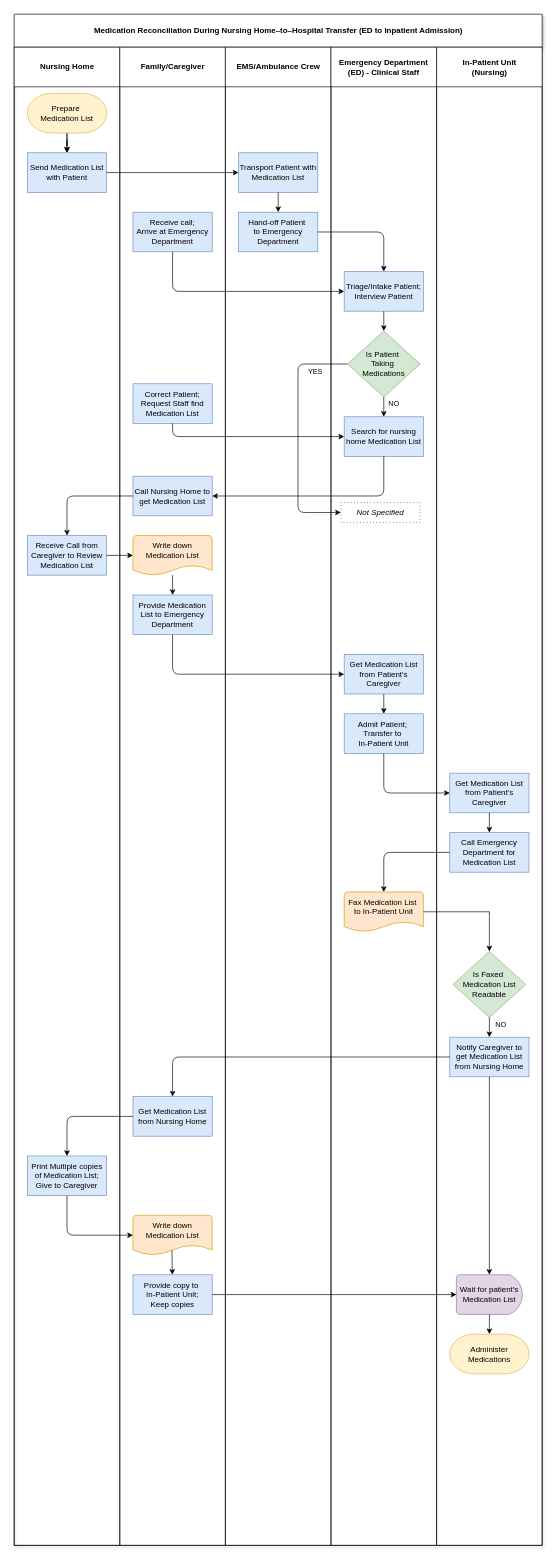
This is Process Chart.drawio from melmirasol/Case-Problem-6.2, a draw.io file, before an edit. Source tidied: cells renumbered, new cells numbered last; positions are measured from the earlier drawing's top-left corner, leaving out a move shared by most shapes. Both pictures are drawn from the tidied source at 66%, with x=0, y=0 at pixel (14, 14).
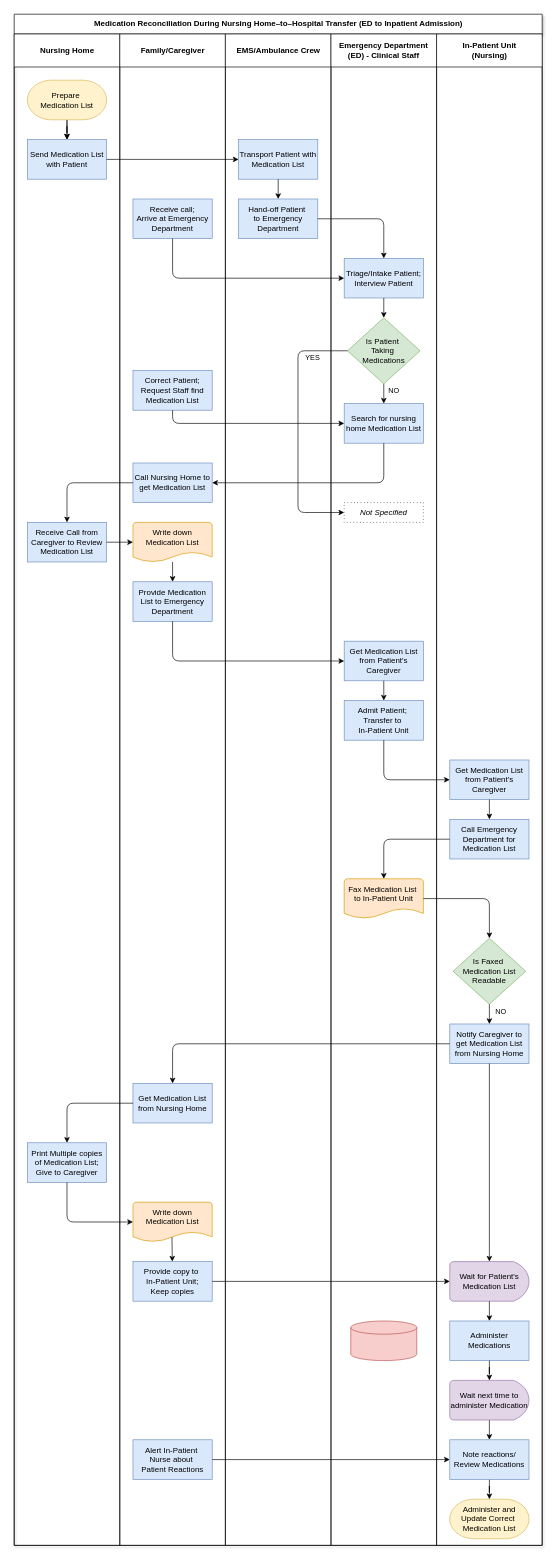
After the change.

Unchanged cells that the change refers to:
```xml
<mxCell id="6" value="Receive Call from Caregiver to Review Medication List" style="rounded=0;whiteSpace=wrap;html=1;fillColor=#dae8fc;strokeColor=#6c8ebf;" parent="3" vertex="1">
  <mxGeometry x="20" y="740" width="120" height="60" as="geometry" />
</mxCell>
<mxCell id="7" value="Print Multiple copies of Medication List; Give to Caregiver" style="rounded=0;whiteSpace=wrap;html=1;fillColor=#dae8fc;strokeColor=#6c8ebf;" parent="3" vertex="1">
  <mxGeometry x="20" y="1680" width="120" height="60" as="geometry" />
</mxCell>
<mxCell id="11" value="Receive call;&lt;div&gt;Arrive at&amp;nbsp;&lt;span style=&quot;background-color: transparent; color: light-dark(rgb(0, 0, 0), rgb(255, 255, 255));&quot;&gt;Emergency Department&lt;/span&gt;&lt;/div&gt;" style="rounded=0;whiteSpace=wrap;html=1;fillColor=#dae8fc;strokeColor=#6c8ebf;" parent="10" vertex="1">
  <mxGeometry x="20" y="250" width="120" height="60" as="geometry" />
</mxCell>
<mxCell id="12" value="Correct Patient;&lt;div&gt;Request Staff find Medication List&lt;/div&gt;" style="rounded=0;whiteSpace=wrap;html=1;fillColor=#dae8fc;strokeColor=#6c8ebf;" parent="10" vertex="1">
  <mxGeometry x="20" y="510" width="120" height="60" as="geometry" />
</mxCell>
<mxCell id="13" value="Call Nursing Home to get&amp;nbsp;&lt;span style=&quot;background-color: transparent; color: light-dark(rgb(0, 0, 0), rgb(255, 255, 255));&quot;&gt;Medication List&lt;/span&gt;" style="rounded=0;whiteSpace=wrap;html=1;fillColor=#dae8fc;strokeColor=#6c8ebf;" parent="10" vertex="1">
  <mxGeometry x="20" y="650" width="120" height="60" as="geometry" />
</mxCell>
<mxCell id="14" value="&lt;span style=&quot;background-color: transparent; color: light-dark(rgb(0, 0, 0), rgb(255, 255, 255));&quot;&gt;Provide Medication List to Emergency Department&lt;/span&gt;" style="rounded=0;whiteSpace=wrap;html=1;fillColor=#dae8fc;strokeColor=#6c8ebf;" parent="10" vertex="1">
  <mxGeometry x="20" y="830" width="120" height="60" as="geometry" />
</mxCell>
<mxCell id="15" value="Get Medication List from Nursing Home" style="rounded=0;whiteSpace=wrap;html=1;fillColor=#dae8fc;strokeColor=#6c8ebf;" parent="10" vertex="1">
  <mxGeometry x="20" y="1590" width="120" height="60" as="geometry" />
</mxCell>
<mxCell id="17" value="Write down Medication List&lt;div&gt;&lt;br&gt;&lt;/div&gt;" style="strokeWidth=1;html=1;shape=mxgraph.flowchart.document2;whiteSpace=wrap;size=0.25;fillColor=#ffe6cc;strokeColor=#d79b00;" parent="10" vertex="1">
  <mxGeometry x="20" y="1770" width="120" height="60" as="geometry" />
</mxCell>
<mxCell id="23" value="Hand-off Patient&amp;nbsp;&lt;div&gt;to Emergency Department&lt;/div&gt;" style="rounded=0;whiteSpace=wrap;html=1;fillColor=#dae8fc;strokeColor=#6c8ebf;" parent="21" vertex="1">
  <mxGeometry x="20" y="250" width="120" height="60" as="geometry" />
</mxCell>
<mxCell id="26" value="Triage/Intake Patient; Interview Patient" style="rounded=0;whiteSpace=wrap;html=1;fillColor=#dae8fc;strokeColor=#6c8ebf;" parent="25" vertex="1">
  <mxGeometry x="20" y="340" width="120" height="60" as="geometry" />
</mxCell>
<mxCell id="27" value="Is Patient&amp;nbsp;&lt;div&gt;&lt;span style=&quot;background-color: transparent; color: light-dark(rgb(0, 0, 0), rgb(255, 255, 255));&quot;&gt;Taking&amp;nbsp;&lt;/span&gt;&lt;div&gt;Medications&lt;/div&gt;&lt;/div&gt;" style="rhombus;whiteSpace=wrap;html=1;fillColor=#d5e8d4;strokeColor=#82b366;" parent="25" vertex="1">
  <mxGeometry x="25" y="430" width="110" height="100" as="geometry" />
</mxCell>
<mxCell id="29" value="Search for nursing home Medication List" style="rounded=0;whiteSpace=wrap;html=1;fillColor=#dae8fc;strokeColor=#6c8ebf;" parent="25" vertex="1">
  <mxGeometry x="20" y="560" width="120" height="60" as="geometry" />
</mxCell>
<mxCell id="34" value="&lt;span style=&quot;background-color: transparent; color: light-dark(rgb(0, 0, 0), rgb(255, 255, 255));&quot;&gt;Get Medication List from Patient's Caregiver&lt;/span&gt;" style="rounded=0;whiteSpace=wrap;html=1;fillColor=#dae8fc;strokeColor=#6c8ebf;" parent="25" vertex="1">
  <mxGeometry x="20" y="920" width="120" height="60" as="geometry" />
</mxCell>
<mxCell id="35" value="&lt;span style=&quot;background-color: transparent; color: light-dark(rgb(0, 0, 0), rgb(255, 255, 255));&quot;&gt;Admit Patient;&amp;nbsp;&lt;/span&gt;&lt;div&gt;&lt;span style=&quot;background-color: transparent; color: light-dark(rgb(0, 0, 0), rgb(255, 255, 255));&quot;&gt;Transfer to&amp;nbsp;&lt;/span&gt;&lt;/div&gt;&lt;div&gt;&lt;span style=&quot;background-color: transparent; color: light-dark(rgb(0, 0, 0), rgb(255, 255, 255));&quot;&gt;In-Patient Unit&lt;/span&gt;&lt;/div&gt;" style="rounded=0;whiteSpace=wrap;html=1;fillColor=#dae8fc;strokeColor=#6c8ebf;" parent="25" vertex="1">
  <mxGeometry x="20" y="1010" width="120" height="60" as="geometry" />
</mxCell>
<mxCell id="37" value="Fax Medication List&amp;nbsp;&lt;div&gt;to In-Patient Unit&lt;/div&gt;&lt;div&gt;&lt;br&gt;&lt;/div&gt;" style="strokeWidth=1;html=1;shape=mxgraph.flowchart.document2;whiteSpace=wrap;size=0.25;fillColor=#ffe6cc;strokeColor=#d79b00;" parent="25" vertex="1">
  <mxGeometry x="20" y="1280" width="120" height="60" as="geometry" />
</mxCell>
<mxCell id="39" value="&lt;span style=&quot;background-color: transparent; color: light-dark(rgb(0, 0, 0), rgb(255, 255, 255));&quot;&gt;Get Medication List from Patient's Caregiver&lt;/span&gt;" style="rounded=0;whiteSpace=wrap;html=1;fillColor=#dae8fc;strokeColor=#6c8ebf;" parent="38" vertex="1">
  <mxGeometry x="20" y="1100" width="120" height="60" as="geometry" />
</mxCell>
<mxCell id="40" value="&lt;span style=&quot;background-color: transparent; color: light-dark(rgb(0, 0, 0), rgb(255, 255, 255));&quot;&gt;Call Emergency Department for Medication List&lt;/span&gt;" style="rounded=0;whiteSpace=wrap;html=1;fillColor=#dae8fc;strokeColor=#6c8ebf;" parent="38" vertex="1">
  <mxGeometry x="20" y="1190" width="120" height="60" as="geometry" />
</mxCell>
<mxCell id="42" value="Is Faxed&amp;nbsp;&lt;div&gt;Medication List Readable&lt;/div&gt;" style="rhombus;whiteSpace=wrap;html=1;fillColor=#d5e8d4;strokeColor=#82b366;" parent="38" vertex="1">
  <mxGeometry x="25" y="1370" width="110" height="100" as="geometry" />
</mxCell>
<mxCell id="43" value="&lt;span style=&quot;background-color: transparent; color: light-dark(rgb(0, 0, 0), rgb(255, 255, 255));&quot;&gt;Notify Caregiver to get Medication List from Nursing Home&lt;/span&gt;" style="rounded=0;whiteSpace=wrap;html=1;fillColor=#dae8fc;strokeColor=#6c8ebf;" parent="38" vertex="1">
  <mxGeometry x="20" y="1500" width="120" height="60" as="geometry" />
</mxCell>
```

The edit, as a diff of the source:
```diff
@@
-    <mxCell id="2" value="Medication Reconciliation During Nursing Home–to–Hospital Transfer (ED to Inpatient Admission)" style="swimlane;startSize=50;html=1;shadow=1;" parent="1" vertex="1">
+    <mxCell id="2" value="Medication Reconciliation During Nursing Home–to–Hospital Transfer (ED to Inpatient Admission)" style="swimlane;startSize=30;html=1;shadow=1;" parent="1" vertex="1">
       <mxGeometry width="800" height="2320" as="geometry" />
     </mxCell>
-    <mxCell id="3" value="Nursing Home" style="swimlane;startSize=60;html=1;" parent="2" vertex="1">
-      <mxGeometry y="50" width="160" height="2270" as="geometry" />
+    <mxCell id="3" value="Nursing Home" style="swimlane;startSize=50;html=1;" parent="2" vertex="1">
+      <mxGeometry y="30" width="160" height="2290" as="geometry" />
     </mxCell>
@@
-    <mxCell id="10" value="Family/Caregiver" style="swimlane;startSize=60;html=1;" parent="2" vertex="1">
-      <mxGeometry x="160" y="50" width="160" height="2270" as="geometry" />
+    <mxCell id="10" value="Family/Caregiver" style="swimlane;startSize=50;html=1;" parent="2" vertex="1">
+      <mxGeometry x="160" y="30" width="160" height="2290" as="geometry" />
     </mxCell>
@@
+    <mxCell id="65" value="Alert In-Patient&amp;nbsp;&lt;div&gt;Nurse about&amp;nbsp;&lt;/div&gt;&lt;div&gt;Patient Reactions&lt;/div&gt;" style="whiteSpace=wrap;html=1;fillColor=#dae8fc;strokeColor=#6c8ebf;rounded=0;" parent="10" vertex="1">
+      <mxGeometry x="20" y="2130" width="120" height="60" as="geometry" />
+    </mxCell>
-    <mxCell id="21" value="EMS/Ambulance Crew" style="swimlane;startSize=60;html=1;" parent="2" vertex="1">
-      <mxGeometry x="320" y="50" width="160" height="2270" as="geometry" />
+    <mxCell id="21" value="EMS/Ambulance Crew" style="swimlane;startSize=50;html=1;" parent="2" vertex="1">
+      <mxGeometry x="320" y="30" width="160" height="2290" as="geometry" />
     </mxCell>
@@
-    <mxCell id="25" value="Emergency Department (ED) -&amp;nbsp;&lt;span style=&quot;background-color: transparent; color: light-dark(rgb(0, 0, 0), rgb(255, 255, 255));&quot;&gt;Clinical&amp;nbsp;Staff&lt;/span&gt;" style="swimlane;startSize=60;html=1;whiteSpace=wrap;" parent="2" vertex="1">
-      <mxGeometry x="480" y="50" width="160" height="2270" as="geometry" />
+    <mxCell id="25" value="Emergency Department (ED) -&amp;nbsp;&lt;span style=&quot;background-color: transparent; color: light-dark(rgb(0, 0, 0), rgb(255, 255, 255));&quot;&gt;Clinical&amp;nbsp;Staff&lt;/span&gt;" style="swimlane;startSize=50;html=1;whiteSpace=wrap;" parent="2" vertex="1">
+      <mxGeometry x="480" y="30" width="160" height="2290" as="geometry" />
     </mxCell>
@@
     <mxCell id="31" value="&lt;i&gt;Not Specified&lt;/i&gt;" style="rounded=0;whiteSpace=wrap;html=1;glass=0;strokeColor=default;dashed=1;dashPattern=1 4;" parent="25" vertex="1">
-      <mxGeometry x="15" y="690" width="120" height="30" as="geometry" />
+      <mxGeometry x="20" y="710" width="120" height="30" as="geometry" />
     </mxCell>
     <mxCell id="32" style="endArrow=classic;html=1;rounded=1;exitX=0;exitY=0.5;exitDx=0;exitDy=0;entryX=0;entryY=0.5;entryDx=0;entryDy=0;strokeColor=default;curved=0;" parent="25" edge="1" source="27" target="31">
       <mxGeometry relative="1" as="geometry">
         <Array as="points">
           <mxPoint x="-50" y="480" />
-          <mxPoint x="-50" y="705" />
+          <mxPoint x="-50" y="725" />
         </Array>
       </mxGeometry>
     </mxCell>
@@
+    <mxCell id="66" style="strokeWidth=1;html=1;shape=mxgraph.flowchart.database;whiteSpace=wrap;fillColor=#f8cecc;strokeColor=#b85450;" parent="25" vertex="1">
+      <mxGeometry x="30" y="1950" width="100" height="60" as="geometry" />
+    </mxCell>
-    <mxCell id="38" value="In-Patient Unit&lt;div&gt;(Nursing)&lt;/div&gt;" style="swimlane;startSize=60;html=1;" parent="2" vertex="1">
-      <mxGeometry x="640" y="50" width="160" height="2270" as="geometry" />
+    <mxCell id="38" value="In-Patient Unit&lt;div&gt;(Nursing)&lt;/div&gt;" style="swimlane;startSize=50;html=1;" parent="2" vertex="1">
+      <mxGeometry x="640" y="30" width="160" height="2290" as="geometry" />
     </mxCell>
@@
-    <mxCell id="46" value="Wait for patient's Medication List" style="strokeWidth=1;html=1;shape=mxgraph.flowchart.delay;whiteSpace=wrap;fillColor=#e1d5e7;strokeColor=#9673a6;" parent="38" vertex="1">
-      <mxGeometry x="30" y="1860" width="100" height="60" as="geometry" />
+    <mxCell id="46" value="Wait for Patient's Medication List" style="strokeWidth=1;html=1;shape=mxgraph.flowchart.delay;whiteSpace=wrap;fillColor=#e1d5e7;strokeColor=#9673a6;" parent="38" vertex="1">
+      <mxGeometry x="20" y="1860" width="120" height="60" as="geometry" />
     </mxCell>
-    <mxCell id="47" style="endArrow=classic;html=1;rounded=0;exitX=0.5;exitY=1;exitDx=0;exitDy=0;entryX=0.5;entryY=0;entryDx=0;entryDy=0;entryPerimeter=0;" parent="38" edge="1" source="43" target="46">
+    <mxCell id="47" style="endArrow=classic;html=1;rounded=1;exitX=0.5;exitY=1;exitDx=0;exitDy=0;curved=0;entryX=0.5;entryY=0;entryDx=0;entryDy=0;entryPerimeter=0;" parent="38" edge="1" source="43" target="46">
       <mxGeometry relative="1" as="geometry" />
     </mxCell>
-    <mxCell id="48" style="endArrow=classic;html=1;rounded=0;entryX=0.5;entryY=0;entryDx=0;entryDy=0;exitX=0.5;exitY=1;exitDx=0;exitDy=0;exitPerimeter=0;" parent="38" edge="1" source="46">
-      <mxGeometry relative="1" as="geometry">
-        <mxPoint x="80" y="1950" as="targetPoint" />
-      </mxGeometry>
+    <mxCell id="48" style="endArrow=classic;html=1;rounded=0;entryX=0.5;entryY=0;entryDx=0;entryDy=0;exitX=0.5;exitY=1;exitDx=0;exitDy=0;exitPerimeter=0;" parent="38" edge="1" source="46" target="49">
+      <mxGeometry relative="1" as="geometry" />
     </mxCell>
-    <mxCell id="49" value="Administer&lt;div&gt;Medications&lt;/div&gt;" style="strokeWidth=1;html=1;shape=mxgraph.flowchart.terminator;whiteSpace=wrap;fillColor=#fff2cc;strokeColor=#d6b656;" parent="38" vertex="1">
+    <mxCell id="49" value="Administer Medications" style="whiteSpace=wrap;html=1;fillColor=#dae8fc;strokeColor=#6c8ebf;rounded=0;" parent="38" vertex="1">
       <mxGeometry x="20" y="1950" width="120" height="60" as="geometry" />
     </mxCell>
+    <mxCell id="67" style="edgeStyle=orthogonalEdgeStyle;rounded=0;jettySize=auto;html=1;exitX=0.5;exitY=1;exitDx=0;exitDy=0;exitPerimeter=0;entryX=0.5;entryY=0;entryDx=0;entryDy=0;" parent="38" edge="1" source="68" target="72">
+      <mxGeometry relative="1" as="geometry" />
+    </mxCell>
+    <mxCell id="68" value="Wait next time&amp;nbsp;&lt;span style=&quot;background-color: transparent; color: light-dark(rgb(0, 0, 0), rgb(255, 255, 255));&quot;&gt;to administer Medication&lt;/span&gt;" style="strokeWidth=1;html=1;shape=mxgraph.flowchart.delay;whiteSpace=wrap;fillColor=#e1d5e7;strokeColor=#9673a6;" parent="38" vertex="1">
+      <mxGeometry x="20" y="2040" width="120" height="60" as="geometry" />
+    </mxCell>
+    <mxCell id="69" style="edgeStyle=orthogonalEdgeStyle;rounded=0;jettySize=auto;html=1;entryX=0.5;entryY=0;entryDx=0;entryDy=0;entryPerimeter=0;" parent="38" edge="1" source="49" target="68">
+      <mxGeometry relative="1" as="geometry" />
+    </mxCell>
+    <mxCell id="70" value="Administer and Update Correct&amp;nbsp;&lt;div&gt;Medication List&lt;/div&gt;" style="strokeWidth=1;html=1;shape=mxgraph.flowchart.terminator;whiteSpace=wrap;fillColor=#fff2cc;strokeColor=#d6b656;" parent="38" vertex="1">
+      <mxGeometry x="20" y="2220" width="120" height="60" as="geometry" />
+    </mxCell>
+    <mxCell id="71" style="edgeStyle=orthogonalEdgeStyle;rounded=0;jettySize=auto;html=1;exitX=0.5;exitY=1;exitDx=0;exitDy=0;" parent="38" edge="1" source="72" target="70">
+      <mxGeometry relative="1" as="geometry" />
+    </mxCell>
+    <mxCell id="72" value="Note reactions/ Review Medications" style="whiteSpace=wrap;html=1;fillColor=#dae8fc;strokeColor=#6c8ebf;rounded=0;" parent="38" vertex="1">
+      <mxGeometry x="20" y="2130" width="120" height="60" as="geometry" />
+    </mxCell>
@@
     <mxCell id="51" style="endArrow=classic;html=1;rounded=1;exitX=1;exitY=0.5;exitDx=0;exitDy=0;entryX=0.5;entryY=0;entryDx=0;entryDy=0;curved=0;" parent="2" edge="1" source="23" target="26">
       <mxGeometry relative="1" as="geometry">
         <Array as="points">
-          <mxPoint x="560" y="330" />
+          <mxPoint x="560" y="310" />
         </Array>
       </mxGeometry>
     </mxCell>
     <mxCell id="52" style="endArrow=classic;html=1;rounded=1;entryX=0;entryY=0.5;entryDx=0;entryDy=0;exitX=0.5;exitY=1;exitDx=0;exitDy=0;curved=0;" parent="2" edge="1" source="11" target="26">
       <mxGeometry relative="1" as="geometry">
         <Array as="points">
-          <mxPoint x="240" y="420" />
+          <mxPoint x="240" y="400" />
         </Array>
       </mxGeometry>
     </mxCell>
     <mxCell id="53" style="endArrow=classic;html=1;rounded=1;exitX=0.5;exitY=1;exitDx=0;exitDy=0;entryX=0;entryY=0.5;entryDx=0;entryDy=0;curved=0;" parent="2" edge="1" source="12" target="29">
       <mxGeometry relative="1" as="geometry">
         <Array as="points">
-          <mxPoint x="240" y="640" />
+          <mxPoint x="240" y="620" />
         </Array>
       </mxGeometry>
     </mxCell>
     <mxCell id="54" style="endArrow=classic;html=1;rounded=1;exitX=0.5;exitY=1;exitDx=0;exitDy=0;entryX=1;entryY=0.5;entryDx=0;entryDy=0;curved=0;" parent="2" edge="1" source="29" target="13">
       <mxGeometry relative="1" as="geometry">
         <Array as="points">
-          <mxPoint x="560" y="730" />
+          <mxPoint x="560" y="710" />
         </Array>
       </mxGeometry>
     </mxCell>
     <mxCell id="55" style="endArrow=classic;html=1;rounded=1;exitX=0;exitY=0.5;exitDx=0;exitDy=0;entryX=0.5;entryY=0;entryDx=0;entryDy=0;curved=0;" parent="2" edge="1" source="13" target="6">
       <mxGeometry relative="1" as="geometry">
         <Array as="points">
-          <mxPoint x="80" y="730" />
+          <mxPoint x="80" y="710" />
         </Array>
       </mxGeometry>
     </mxCell>
@@
     <mxCell id="57" style="endArrow=classic;html=1;rounded=1;exitX=0.5;exitY=1;exitDx=0;exitDy=0;entryX=0;entryY=0.5;entryDx=0;entryDy=0;curved=0;" parent="2" edge="1" source="14" target="34">
       <mxGeometry relative="1" as="geometry">
         <Array as="points">
-          <mxPoint x="240" y="1000" />
+          <mxPoint x="240" y="980" />
         </Array>
       </mxGeometry>
     </mxCell>
     <mxCell id="58" style="endArrow=classic;html=1;rounded=1;exitX=0.5;exitY=1;exitDx=0;exitDy=0;entryX=0;entryY=0.5;entryDx=0;entryDy=0;curved=0;" parent="2" edge="1" source="35" target="39">
       <mxGeometry relative="1" as="geometry">
         <Array as="points">
-          <mxPoint x="560" y="1180" />
+          <mxPoint x="560" y="1160" />
         </Array>
       </mxGeometry>
     </mxCell>
-    <mxCell id="59" style="endArrow=classic;html=1;rounded=1;exitX=0;exitY=0.5;exitDx=0;exitDy=0;entryX=0.5;entryY=0;entryDx=0;entryDy=0;curved=0;" parent="2" edge="1" source="40">
+    <mxCell id="59" style="endArrow=classic;html=1;rounded=1;exitX=0;exitY=0.5;exitDx=0;exitDy=0;curved=0;entryX=0.5;entryY=0;entryDx=0;entryDy=0;entryPerimeter=0;" parent="2" edge="1" source="40" target="37">
       <mxGeometry relative="1" as="geometry">
-        <mxPoint x="560" y="1330" as="targetPoint" />
         <Array as="points">
-          <mxPoint x="560" y="1270" />
+          <mxPoint x="560" y="1250" />
         </Array>
       </mxGeometry>
     </mxCell>
-    <mxCell id="60" style="endArrow=classic;html=1;rounded=0;exitX=1;exitY=0.5;exitDx=0;exitDy=0;entryX=0.5;entryY=0;entryDx=0;entryDy=0;" parent="2" edge="1" target="42">
+    <mxCell id="60" style="endArrow=classic;html=1;rounded=1;entryX=0.5;entryY=0;entryDx=0;entryDy=0;exitX=1;exitY=0.5;exitDx=0;exitDy=0;exitPerimeter=0;curved=0;" parent="2" edge="1" source="37" target="42">
       <mxGeometry relative="1" as="geometry">
-        <mxPoint x="620" y="1360" as="sourcePoint" />
         <Array as="points">
-          <mxPoint x="720" y="1360" />
+          <mxPoint x="720" y="1340" />
         </Array>
       </mxGeometry>
     </mxCell>
     <mxCell id="61" style="endArrow=classic;html=1;rounded=1;exitX=0;exitY=0.5;exitDx=0;exitDy=0;entryX=0.5;entryY=0;entryDx=0;entryDy=0;curved=0;" parent="2" edge="1" source="43" target="15">
       <mxGeometry relative="1" as="geometry">
         <Array as="points">
-          <mxPoint x="240" y="1580" />
+          <mxPoint x="240" y="1560" />
         </Array>
       </mxGeometry>
     </mxCell>
     <mxCell id="62" style="endArrow=classic;html=1;rounded=1;exitX=0;exitY=0.5;exitDx=0;exitDy=0;entryX=0.5;entryY=0;entryDx=0;entryDy=0;curved=0;" parent="2" edge="1" source="15" target="7">
       <mxGeometry relative="1" as="geometry">
         <Array as="points">
-          <mxPoint x="80" y="1670" />
+          <mxPoint x="80" y="1650" />
         </Array>
       </mxGeometry>
     </mxCell>
     <mxCell id="63" style="endArrow=classic;html=1;rounded=1;exitX=0.5;exitY=1;exitDx=0;exitDy=0;entryX=0;entryY=0.5;entryDx=0;entryDy=0;curved=0;entryPerimeter=0;" parent="2" edge="1" source="7" target="17">
       <mxGeometry relative="1" as="geometry">
         <Array as="points">
-          <mxPoint x="80" y="1850" />
+          <mxPoint x="80" y="1830" />
         </Array>
       </mxGeometry>
     </mxCell>
@@
+    <mxCell id="73" style="edgeStyle=orthogonalEdgeStyle;rounded=0;jettySize=auto;html=1;exitX=1;exitY=0.5;exitDx=0;exitDy=0;entryX=0;entryY=0.5;entryDx=0;entryDy=0;" parent="2" edge="1" source="65" target="72">
+      <mxGeometry relative="1" as="geometry" />
+    </mxCell>
```
